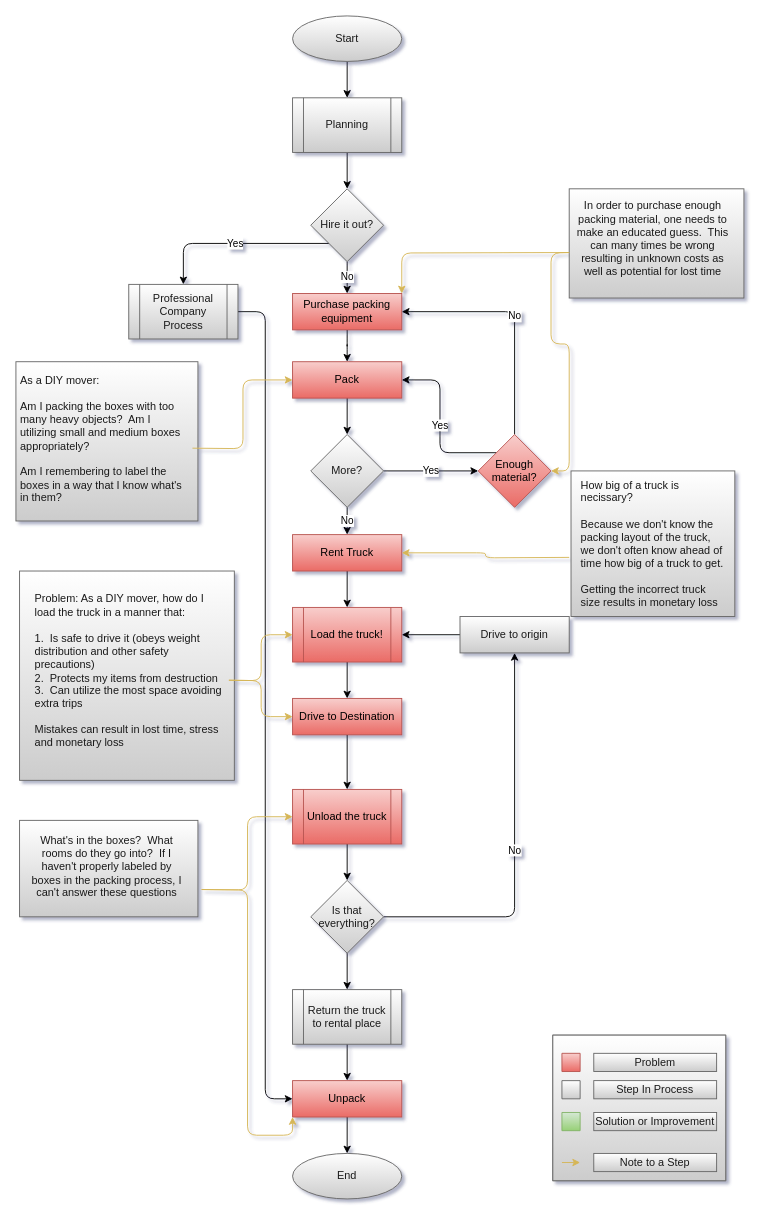
Above: page "Problem Overview" (1 of 4) of Documents/flow_diagrams/Problem_Flow.drawio in LP-76/load.in (draw.io), before the change. Source tidied: cells renumbered, new cells numbered last; positions are measured from the earlier drawing's top-left corner, leaving out a move shared by most shapes. Both pictures are drawn from the tidied source at 91%, with x=0, y=0 at pixel (15, 15).
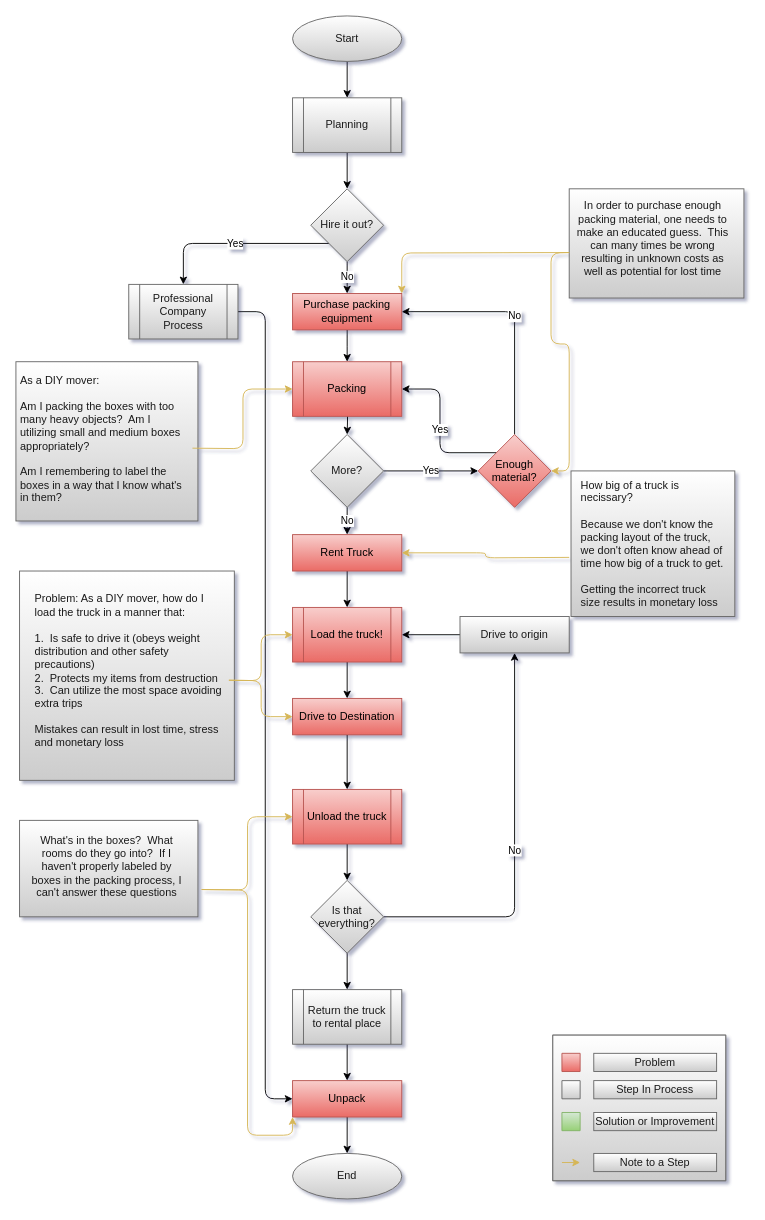
Above is the later version.

The change refers to these unchanged cells:
```xml
<mxCell id="13" value="Purchase packing equipment" style="whiteSpace=wrap;html=1;fontSize=12;glass=0;strokeWidth=1;shadow=0;fillColor=#f8cecc;gradientColor=#ea6b66;strokeColor=#b85450;" parent="1" vertex="1">
  <mxGeometry x="304" y="305" width="120" height="40" as="geometry" />
</mxCell>
<mxCell id="18" value="More?" style="rhombus;whiteSpace=wrap;html=1;fillColor=#FFFFFF;gradientColor=#CCCCCC;strokeColor=#666666;fontColor=#1A1A1A;" parent="1" vertex="1">
  <mxGeometry x="324" y="460" width="80" height="80" as="geometry" />
</mxCell>
<mxCell id="21" value="Enough material?" style="rhombus;whiteSpace=wrap;html=1;fillColor=#f8cecc;gradientColor=#ea6b66;strokeColor=#b85450;" parent="1" vertex="1">
  <mxGeometry x="508" y="460" width="80" height="80" as="geometry" />
</mxCell>
```

Change to the diagram source:
```diff
@@
-    <mxCell id="12" style="edgeStyle=orthogonalEdgeStyle;jettySize=auto;html=1;" parent="1" edge="1" source="13" target="15">
-      <mxGeometry relative="1" as="geometry" />
+    <mxCell id="12" style="edgeStyle=orthogonalEdgeStyle;jettySize=auto;html=1;" parent="1" edge="1" source="13">
+      <mxGeometry relative="1" as="geometry">
+        <mxPoint x="364" y="380" as="targetPoint" />
+      </mxGeometry>
     </mxCell>
@@
-    <mxCell id="14" style="edgeStyle=orthogonalEdgeStyle;jettySize=auto;html=1;" parent="1" edge="1" source="15" target="18">
-      <mxGeometry relative="1" as="geometry" />
+    <mxCell id="14" style="edgeStyle=orthogonalEdgeStyle;jettySize=auto;html=1;" parent="1" edge="1" target="18">
+      <mxGeometry relative="1" as="geometry">
+        <mxPoint x="364" y="420" as="sourcePoint" />
+      </mxGeometry>
     </mxCell>
-    <mxCell id="15" value="Pack" style="whiteSpace=wrap;html=1;fontSize=12;glass=0;strokeWidth=1;shadow=0;fillColor=#f8cecc;gradientColor=#ea6b66;strokeColor=#b85450;" parent="1" vertex="1">
-      <mxGeometry x="304" y="380" width="120" height="40" as="geometry" />
-    </mxCell>
@@
-    <mxCell id="20" value="Yes" style="edgeStyle=orthogonalEdgeStyle;jettySize=auto;html=1;entryX=1;entryY=0.5;entryDx=0;entryDy=0;exitX=0;exitY=0;exitDx=0;exitDy=0;" parent="1" edge="1" source="21" target="15">
+    <mxCell id="20" value="Yes" style="edgeStyle=orthogonalEdgeStyle;jettySize=auto;html=1;entryX=1;entryY=0.5;entryDx=0;entryDy=0;exitX=0;exitY=0;exitDx=0;exitDy=0;" parent="1" edge="1" source="21" target="68">
       <mxGeometry relative="1" as="geometry" />
     </mxCell>
@@
-    <mxCell id="49" style="edgeStyle=orthogonalEdgeStyle;jettySize=auto;html=1;entryX=0;entryY=0.5;entryDx=0;entryDy=0;gradientColor=#ffd966;fillColor=#fff2cc;strokeColor=#d6b656;" parent="1" edge="1" target="15">
+    <mxCell id="49" style="edgeStyle=orthogonalEdgeStyle;jettySize=auto;html=1;entryX=0;entryY=0.5;entryDx=0;entryDy=0;gradientColor=#ffd966;fillColor=#fff2cc;strokeColor=#d6b656;" parent="1" edge="1" target="68">
       <mxGeometry relative="1" as="geometry">
         <mxPoint x="194" y="475" as="sourcePoint" />
       </mxGeometry>
     </mxCell>
@@
+    <mxCell id="68" value="Packing" style="shape=process;whiteSpace=wrap;html=1;backgroundOutline=1;gradientColor=#ea6b66;fillColor=#f8cecc;strokeColor=#b85450;" parent="1" vertex="1">
+      <mxGeometry x="304" y="380" width="120" height="60" as="geometry" />
+    </mxCell>
```
